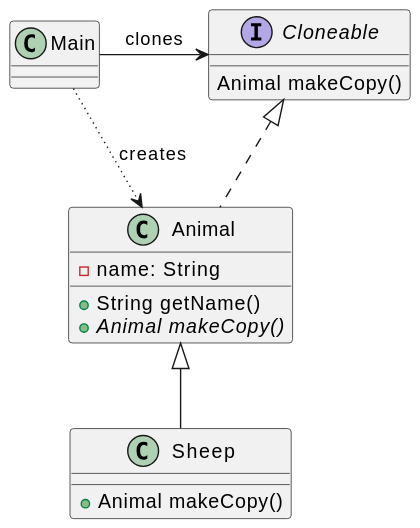
Above: Prototype/class-diagram.svg in miguelarian/design-patterns (PlantUML), before the change. Its diagram source:
```plantuml
@startuml
interface Cloneable {
    Animal makeCopy()
}
class Animal implements Cloneable {
    - name: String
    + String getName()
    + Animal {abstract} makeCopy()
}
class Sheep extends Animal{
    + Animal makeCopy()
}
Main -right[dotted]-> Animal : creates
Main -right-> Cloneable : clones
@enduml
```
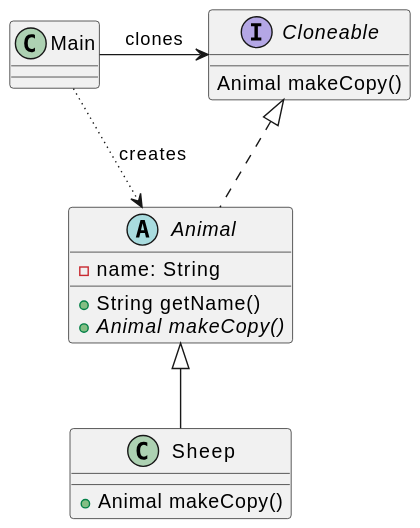
Later version of the same file.

Commit message:
update abstract class notation

Diff of the diagram source:
```diff
@@ -2,7 +2,7 @@
 interface Cloneable {
     Animal makeCopy()
 }
-class Animal implements Cloneable {
+abstract class Animal implements Cloneable {
     - name: String
     + String getName()
     + Animal {abstract} makeCopy()
```
